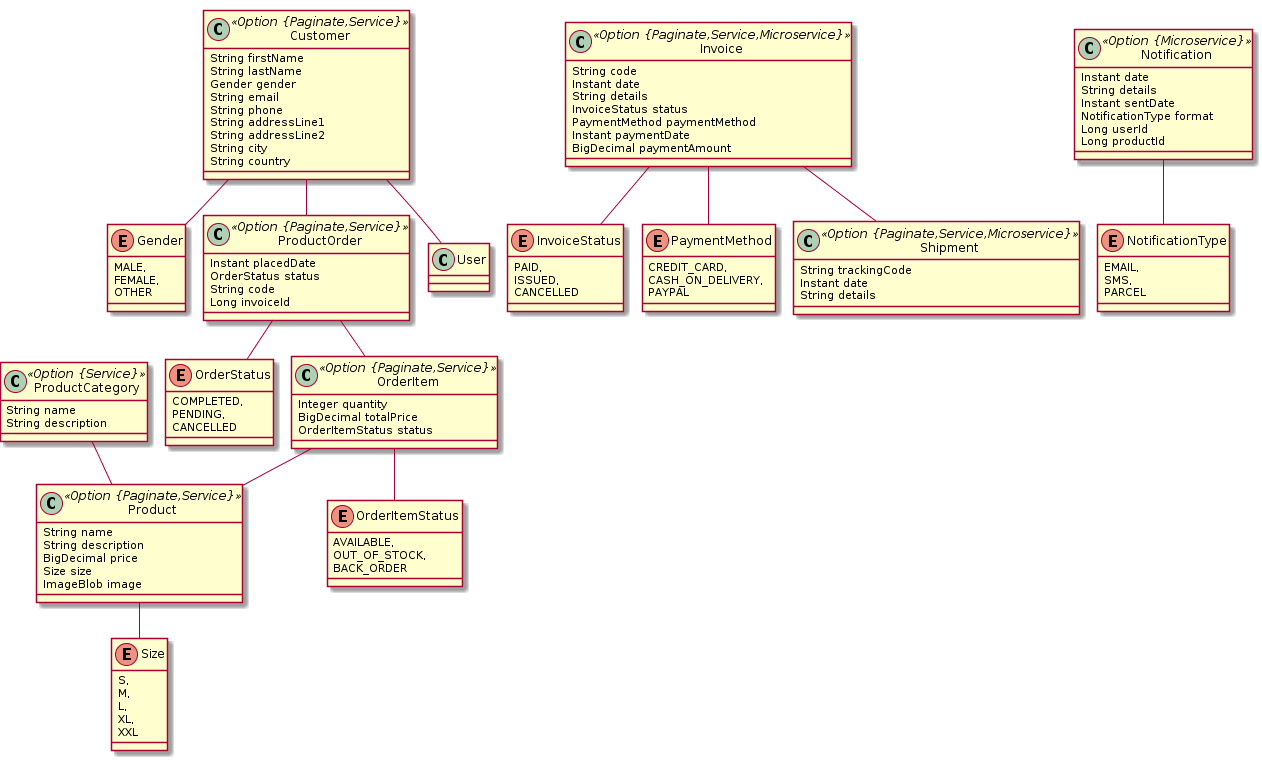
Above: app.png in xebialabs/e-commerce-microservice (PlantUML), before the change.
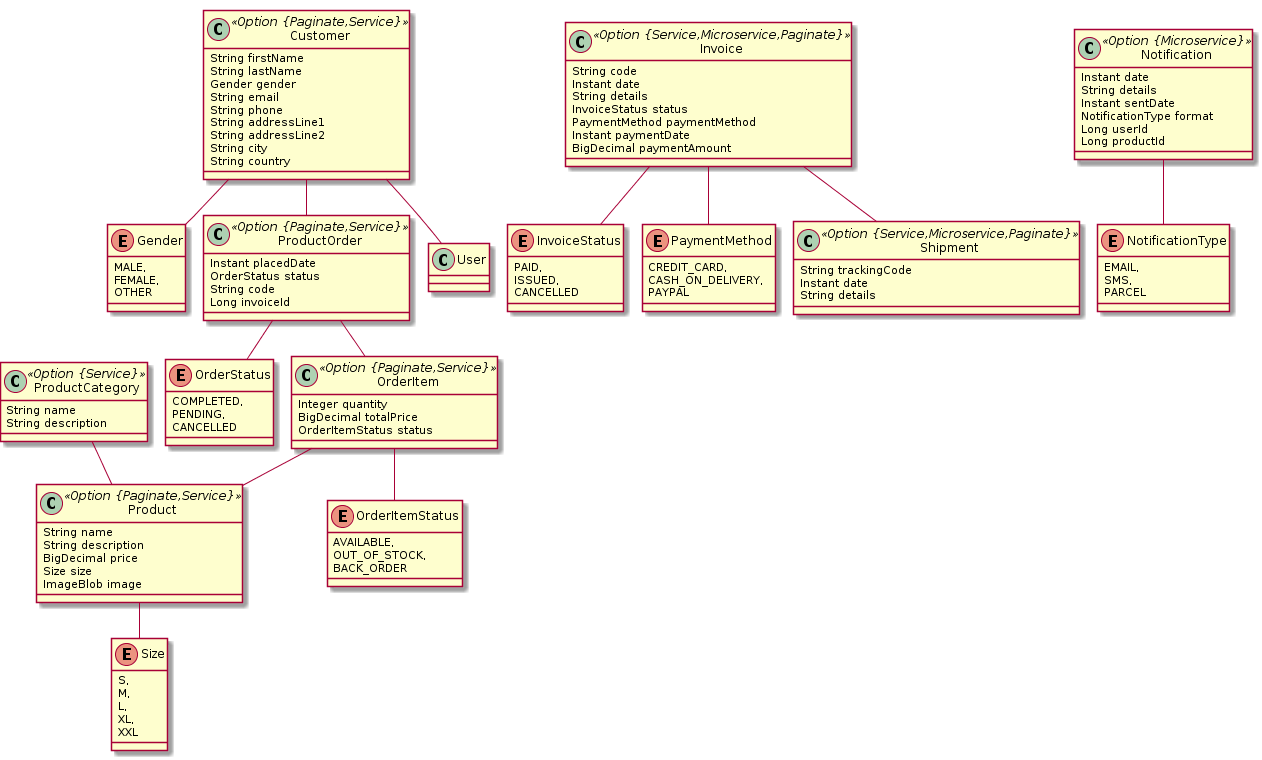
Above is the later version.

The edit, as a diff of the source:
```diff
@@ -65,7 +65,7 @@
 	Customer  "order 0..1 " --o "customer(email)  1..* "  ProductOrder
 	ProductOrder  "orderItem 0..1 " --o "order(code)  1..* "  OrderItem
 	ProductCategory  "product 0..1 " --o "productCategory(name) 0..* "  Product
-	class Invoice <<Option {Paginate,Service,Microservice}>> {
+	class Invoice <<Option {Service,Microservice,Paginate}>> {
 		String code
 		Instant date
 		String details
@@ -81,7 +81,7 @@
 		ISSUED,
 		CANCELLED
 	}
-	class Shipment <<Option {Paginate,Service,Microservice}>> {
+	class Shipment <<Option {Service,Microservice,Paginate}>> {
 		String trackingCode
 		Instant date
 		String details
```
